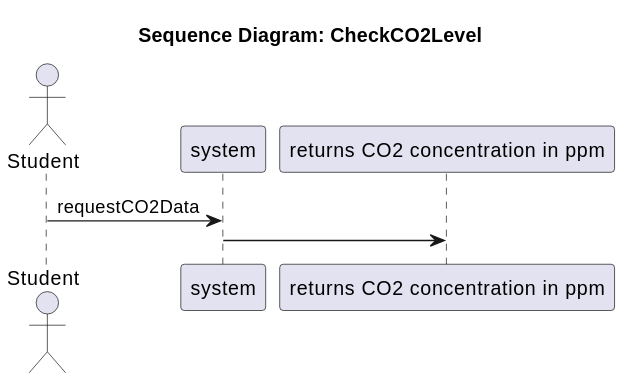
Before: Documentation/Analysis/ssds/StudyHelper_CheckCO2Level.ssd.svg, a diagram exported from PlantUML (SEP4Real/SEP4). Source of this version:
```plantuml
@startuml
title Sequence Diagram: CheckCO2Level
actor "Student" as Actor
participant "system" as System
participant "returns CO2 concentration in ppm" as returns_CO2_concentration_in_ppm

Actor -> System : requestCO2Data
System -> returns_CO2_concentration_in_ppm :
@enduml
```
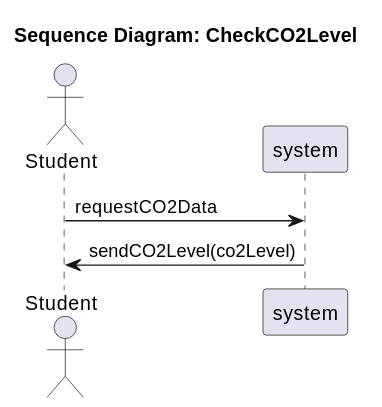
Later version of the same file.

The edit, as a diff of the source:
```diff
@@ -2,8 +2,7 @@
 title Sequence Diagram: CheckCO2Level
 actor "Student" as Actor
 participant "system" as System
-participant "returns CO2 concentration in ppm" as returns_CO2_concentration_in_ppm
 
 Actor -> System : requestCO2Data
-System -> returns_CO2_concentration_in_ppm :
+System -> Actor : sendCO2Level(co2Level)
 @enduml
```
